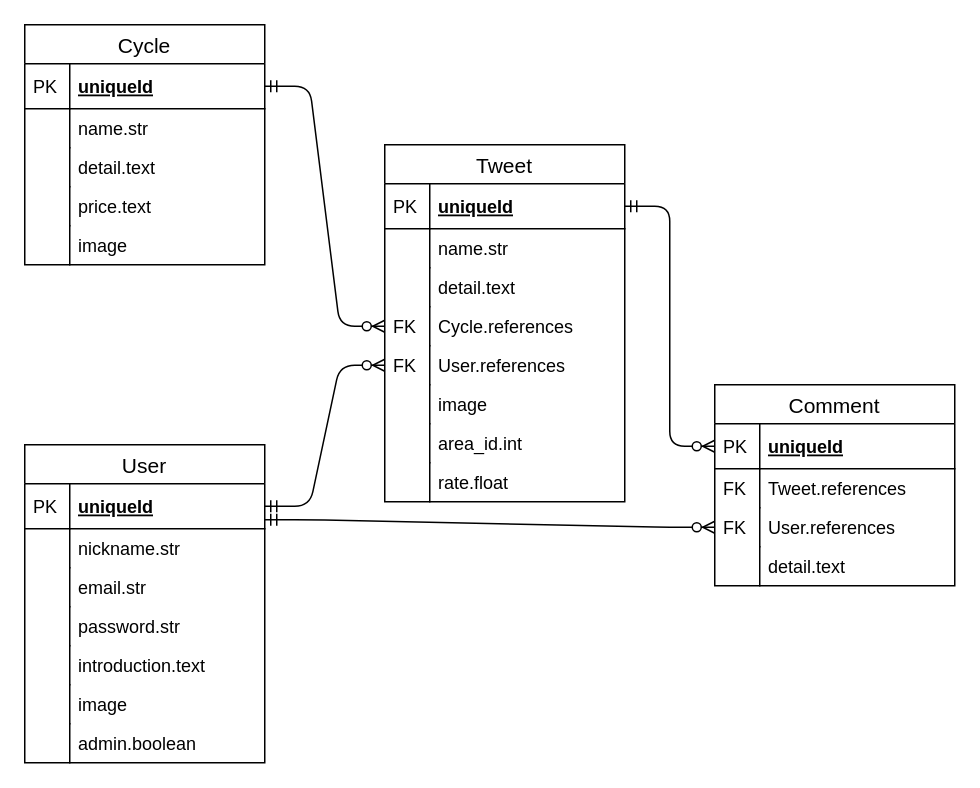
The draw.io diagram er.drawio in mikujo/share-cycle, before the edit. Source tidied: cells renumbered, new cells numbered last; positions are measured from the earlier drawing's top-left corner, leaving out a move shared by most shapes. Both pictures are drawn from the tidied source at 150%, with x=0, y=0 at pixel (24, 24).
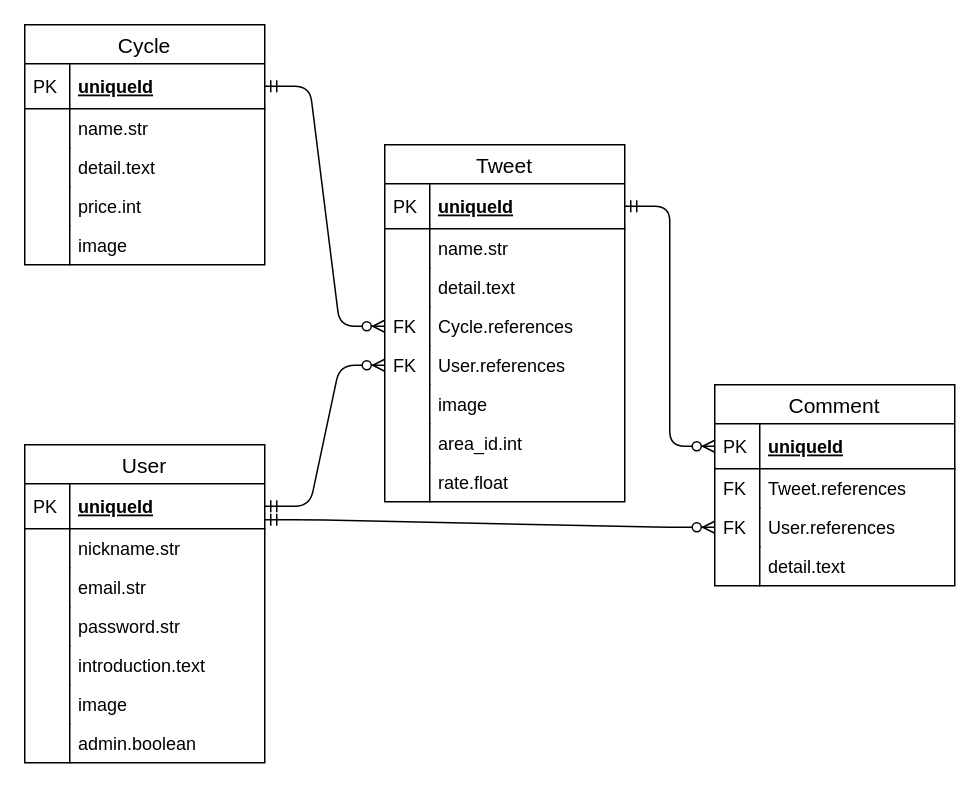
Above is the later version.

The change refers to these unchanged cells:
```xml
<mxCell id="3" value="Cycle" style="swimlane;fontStyle=0;horizontal=1;startSize=26;align=center;fontSize=14;" parent="1" vertex="1">
  <mxGeometry width="160" height="160" as="geometry" />
</mxCell>
```

What changed in the source:
```diff
@@
-    <mxCell id="10" value="price.text" style="shape=partialRectangle;top=0;left=0;right=0;bottom=0;align=left;verticalAlign=top;fillColor=none;spacingLeft=34;spacingRight=4;overflow=hidden;fontSize=12;" parent="3" vertex="1">
+    <mxCell id="10" value="price.int" style="shape=partialRectangle;top=0;left=0;right=0;bottom=0;align=left;verticalAlign=top;fillColor=none;spacingLeft=34;spacingRight=4;overflow=hidden;fontSize=12;" parent="3" vertex="1">
       <mxGeometry y="108" width="160" height="26" as="geometry" />
     </mxCell>
```
